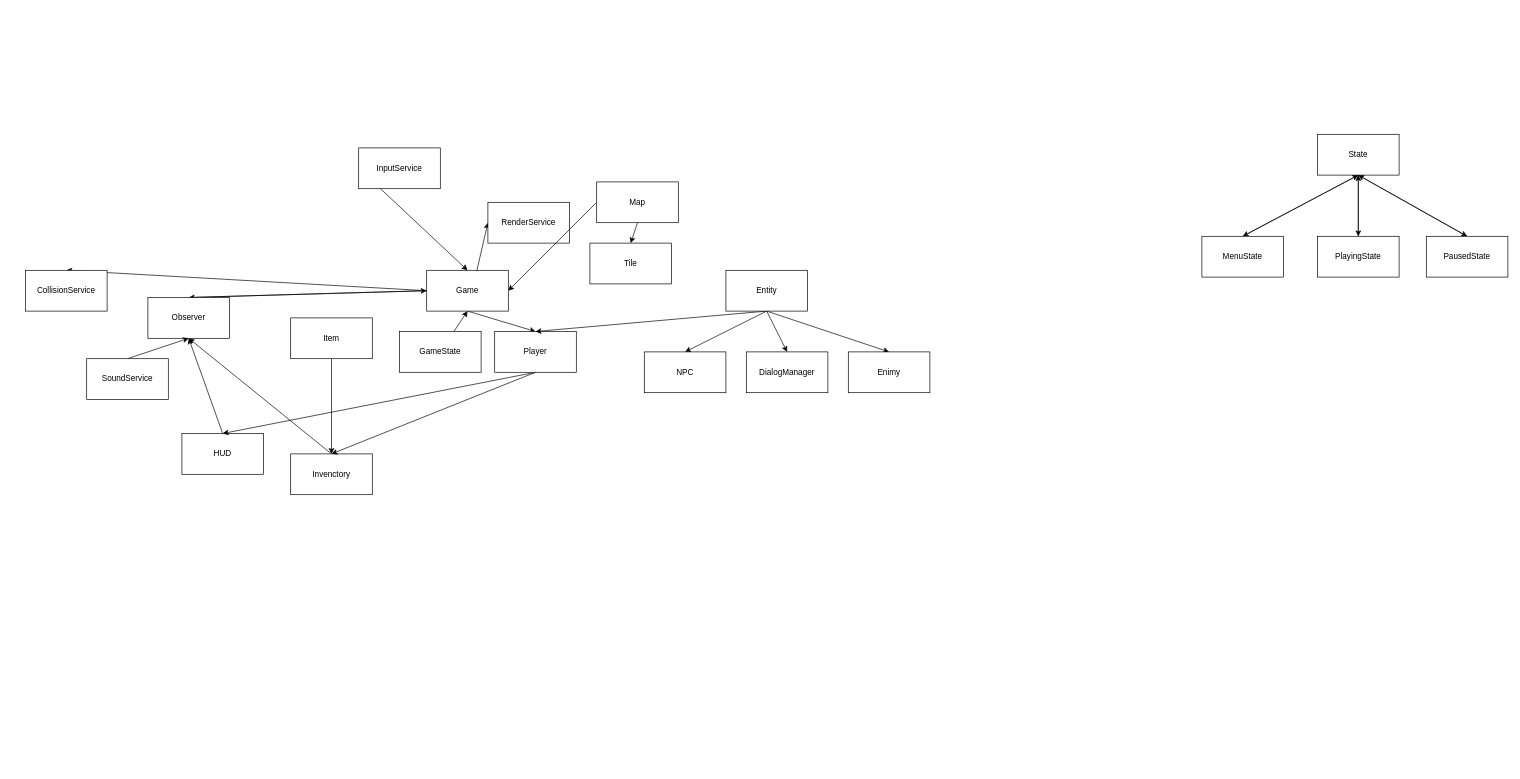
Before: page "ultimate_version" (3 of 3) of structure_before.drawio in riqueu/newsun, a draw.io diagram. Source tidied: cells renumbered, new cells numbered last; positions are measured from the earlier drawing's top-left corner, leaving out a move shared by most shapes. Both pictures are drawn from the tidied source at 68%, with x=0, y=0 at pixel (25, 134).
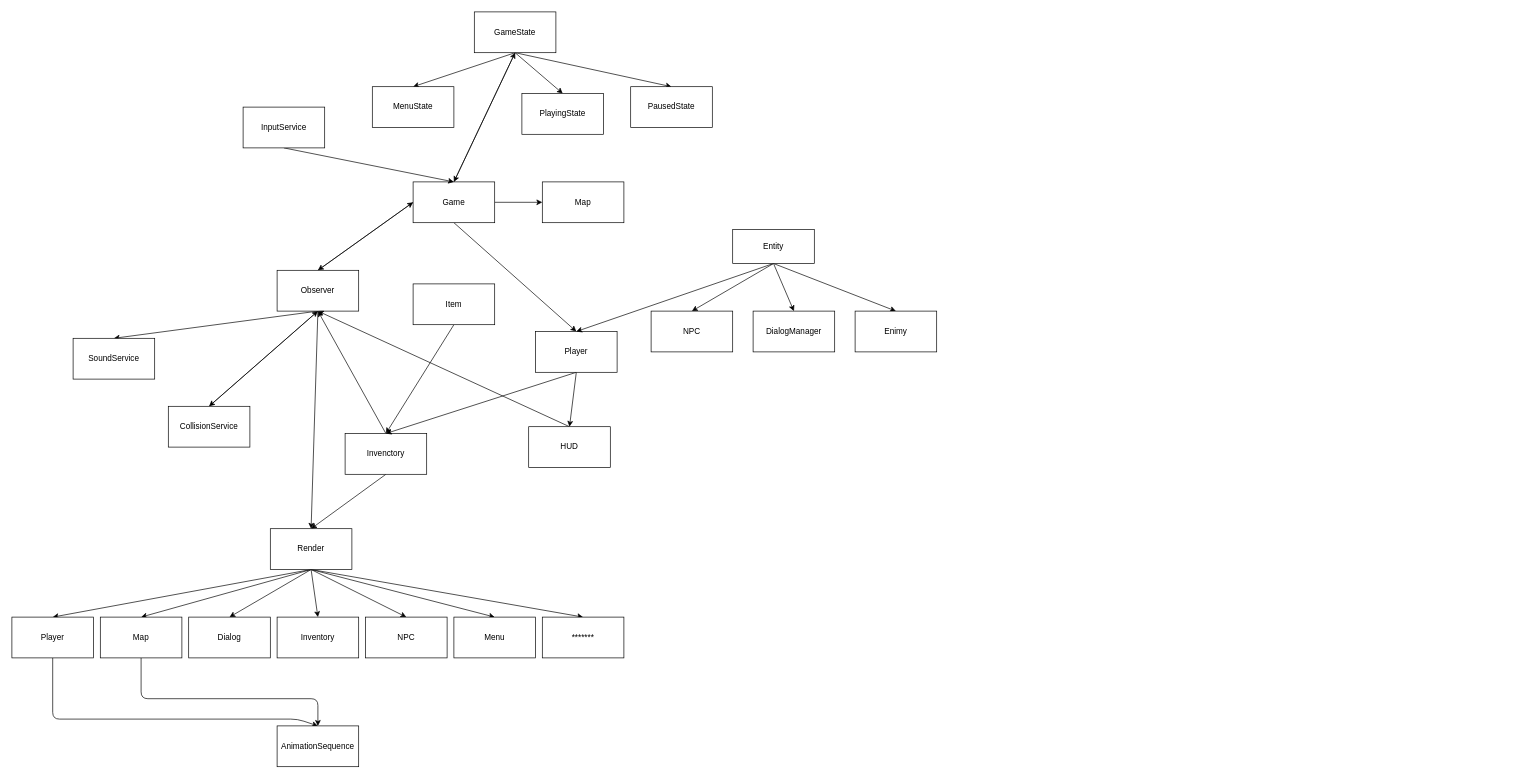
The same page after the edit.

The edit, as a diff of the source:
```diff
@@
-    <mxCell id="2" style="edgeStyle=none;html=1;entryX=0.5;entryY=0;entryDx=0;entryDy=0;exitX=0;exitY=0.5;exitDx=0;exitDy=0;" parent="1" edge="1" source="6" target="7">
+    <mxCell id="2" style="edgeStyle=none;html=1;entryX=0.5;entryY=0;entryDx=0;entryDy=0;exitX=0.5;exitY=1;exitDx=0;exitDy=0;" parent="1" edge="1" source="9" target="7">
       <mxGeometry relative="1" as="geometry" />
     </mxCell>
-    <mxCell id="3" style="edgeStyle=none;html=1;exitX=0.5;exitY=1;exitDx=0;exitDy=0;entryX=0;entryY=0.5;entryDx=0;entryDy=0;" parent="1" edge="1" source="6" target="22">
+    <mxCell id="3" style="edgeStyle=none;html=1;exitX=0.5;exitY=1;exitDx=0;exitDy=0;entryX=0.5;entryY=0;entryDx=0;entryDy=0;" parent="1" edge="1" source="9" target="63">
       <mxGeometry relative="1" as="geometry" />
     </mxCell>
@@
+    <mxCell id="48" style="edgeStyle=none;html=1;entryX=0;entryY=0.5;entryDx=0;entryDy=0;exitX=1;exitY=0.5;exitDx=0;exitDy=0;" parent="1" edge="1" source="6" target="28">
+      <mxGeometry relative="1" as="geometry" />
+    </mxCell>
+    <mxCell id="49" style="edgeStyle=none;html=1;entryX=0.5;entryY=1;entryDx=0;entryDy=0;exitX=0.5;exitY=0;exitDx=0;exitDy=0;" parent="1" edge="1" source="6" target="19">
+      <mxGeometry relative="1" as="geometry" />
+    </mxCell>
     <mxCell id="6" value="Game" style="whiteSpace=wrap;html=1;" parent="1" vertex="1">
-      <mxGeometry x="590" y="200" width="120" height="60" as="geometry" />
+      <mxGeometry x="570" y="70" width="120" height="60" as="geometry" />
     </mxCell>
+    <mxCell id="50" style="edgeStyle=none;html=1;entryX=0.5;entryY=1;entryDx=0;entryDy=0;exitX=0.5;exitY=0;exitDx=0;exitDy=0;" parent="1" edge="1" source="7" target="9">
+      <mxGeometry relative="1" as="geometry" />
+    </mxCell>
     <mxCell id="7" value="CollisionService" style="whiteSpace=wrap;html=1;" parent="1" vertex="1">
-      <mxGeometry y="200" width="120" height="60" as="geometry" />
+      <mxGeometry x="210" y="400" width="120" height="60" as="geometry" />
     </mxCell>
@@
+    <mxCell id="51" style="edgeStyle=none;html=1;entryX=0.5;entryY=0;entryDx=0;entryDy=0;exitX=0.5;exitY=1;exitDx=0;exitDy=0;" parent="1" edge="1" source="9" target="11">
+      <mxGeometry relative="1" as="geometry" />
+    </mxCell>
     <mxCell id="9" value="Observer" style="whiteSpace=wrap;html=1;" parent="1" vertex="1">
-      <mxGeometry x="180" y="240" width="120" height="60" as="geometry" />
+      <mxGeometry x="370" y="200" width="120" height="60" as="geometry" />
     </mxCell>
-    <mxCell id="10" style="edgeStyle=none;html=1;entryX=0.5;entryY=1;entryDx=0;entryDy=0;exitX=0.5;exitY=0;exitDx=0;exitDy=0;" parent="1" edge="1" source="11" target="9">
-      <mxGeometry relative="1" as="geometry" />
-    </mxCell>
     <mxCell id="11" value="SoundService" style="whiteSpace=wrap;html=1;" parent="1" vertex="1">
-      <mxGeometry x="90" y="330" width="120" height="60" as="geometry" />
+      <mxGeometry x="70" y="300" width="120" height="60" as="geometry" />
     </mxCell>
@@
     <mxCell id="13" value="HUD" style="whiteSpace=wrap;html=1;" parent="1" vertex="1">
-      <mxGeometry x="230" y="440" width="120" height="60" as="geometry" />
+      <mxGeometry x="740" y="430" width="120" height="60" as="geometry" />
     </mxCell>
@@
+    <mxCell id="52" style="edgeStyle=none;html=1;entryX=0.5;entryY=0;entryDx=0;entryDy=0;exitX=0.5;exitY=1;exitDx=0;exitDy=0;" parent="1" edge="1" source="15" target="63">
+      <mxGeometry relative="1" as="geometry" />
+    </mxCell>
     <mxCell id="15" value="Invenctory" style="whiteSpace=wrap;html=1;" parent="1" vertex="1">
-      <mxGeometry x="390" y="470" width="120" height="60" as="geometry" />
+      <mxGeometry x="470" y="440" width="120" height="60" as="geometry" />
     </mxCell>
@@
     <mxCell id="17" value="Item" style="whiteSpace=wrap;html=1;" parent="1" vertex="1">
-      <mxGeometry x="390" y="270" width="120" height="60" as="geometry" />
+      <mxGeometry x="570" y="220" width="120" height="60" as="geometry" />
     </mxCell>
-    <mxCell id="18" style="edgeStyle=none;html=1;entryX=0.5;entryY=1;entryDx=0;entryDy=0;" parent="1" edge="1" source="19" target="6">
+    <mxCell id="18" style="edgeStyle=none;html=1;entryX=0.5;entryY=0;entryDx=0;entryDy=0;exitX=0.5;exitY=1;exitDx=0;exitDy=0;" parent="1" edge="1" source="19" target="6">
       <mxGeometry relative="1" as="geometry" />
     </mxCell>
+    <mxCell id="53" style="edgeStyle=none;html=1;entryX=0.5;entryY=0;entryDx=0;entryDy=0;exitX=0.5;exitY=1;exitDx=0;exitDy=0;" parent="1" edge="1" source="19" target="43">
+      <mxGeometry relative="1" as="geometry" />
+    </mxCell>
+    <mxCell id="54" style="edgeStyle=none;html=1;entryX=0.5;entryY=0;entryDx=0;entryDy=0;exitX=0.5;exitY=1;exitDx=0;exitDy=0;" parent="1" edge="1" source="19" target="45">
+      <mxGeometry relative="1" as="geometry" />
+    </mxCell>
+    <mxCell id="55" style="edgeStyle=none;html=1;entryX=0.5;entryY=0;entryDx=0;entryDy=0;exitX=0.5;exitY=1;exitDx=0;exitDy=0;" parent="1" edge="1" source="19" target="47">
+      <mxGeometry relative="1" as="geometry" />
+    </mxCell>
     <mxCell id="19" value="GameState" style="whiteSpace=wrap;html=1;" parent="1" vertex="1">
-      <mxGeometry x="550" y="290" width="120" height="60" as="geometry" />
+      <mxGeometry x="660" y="-180" width="120" height="60" as="geometry" />
     </mxCell>
-    <mxCell id="20" style="edgeStyle=none;html=1;entryX=0.5;entryY=0;entryDx=0;entryDy=0;exitX=0;exitY=0.5;exitDx=0;exitDy=0;" parent="1" edge="1" source="21" target="6">
+    <mxCell id="20" style="edgeStyle=none;html=1;entryX=0.5;entryY=0;entryDx=0;entryDy=0;exitX=0.5;exitY=1;exitDx=0;exitDy=0;" parent="1" edge="1" source="21" target="6">
       <mxGeometry relative="1" as="geometry" />
     </mxCell>
     <mxCell id="21" value="InputService" style="whiteSpace=wrap;html=1;" parent="1" vertex="1">
-      <mxGeometry x="490" y="20" width="120" height="60" as="geometry" />
+      <mxGeometry x="320" y="-40" width="120" height="60" as="geometry" />
     </mxCell>
-    <mxCell id="22" value="RenderService" style="whiteSpace=wrap;html=1;" parent="1" vertex="1">
-      <mxGeometry x="680" y="100" width="120" height="60" as="geometry" />
-    </mxCell>
@@
     <mxCell id="25" value="Player" style="whiteSpace=wrap;html=1;" parent="1" vertex="1">
-      <mxGeometry x="690" y="290" width="120" height="60" as="geometry" />
+      <mxGeometry x="750" y="290" width="120" height="60" as="geometry" />
     </mxCell>
-    <mxCell id="26" style="edgeStyle=none;html=1;entryX=1;entryY=0.5;entryDx=0;entryDy=0;exitX=0;exitY=0.5;exitDx=0;exitDy=0;" parent="1" edge="1" source="28" target="6">
-      <mxGeometry relative="1" as="geometry" />
-    </mxCell>
-    <mxCell id="27" style="edgeStyle=none;html=1;entryX=0.5;entryY=0;entryDx=0;entryDy=0;" parent="1" edge="1" target="29">
-      <mxGeometry relative="1" as="geometry">
-        <mxPoint x="900" y="130" as="sourcePoint" />
-      </mxGeometry>
-    </mxCell>
     <mxCell id="28" value="Map" style="whiteSpace=wrap;html=1;" parent="1" vertex="1">
-      <mxGeometry x="840" y="70" width="120" height="60" as="geometry" />
+      <mxGeometry x="760" y="70" width="120" height="60" as="geometry" />
     </mxCell>
-    <mxCell id="29" value="Tile" style="whiteSpace=wrap;html=1;" parent="1" vertex="1">
-      <mxGeometry x="830" y="160" width="120" height="60" as="geometry" />
-    </mxCell>
@@
     <mxCell id="34" value="Entity" style="whiteSpace=wrap;html=1;" parent="1" vertex="1">
-      <mxGeometry x="1030" y="200" width="120" height="60" as="geometry" />
+      <mxGeometry x="1040" y="140" width="120" height="50" as="geometry" />
     </mxCell>
     <mxCell id="35" value="NPC" style="whiteSpace=wrap;html=1;" parent="1" vertex="1">
-      <mxGeometry x="910" y="320" width="120" height="60" as="geometry" />
+      <mxGeometry x="920" y="260" width="120" height="60" as="geometry" />
     </mxCell>
     <mxCell id="36" value="DialogManager" style="whiteSpace=wrap;html=1;" parent="1" vertex="1">
-      <mxGeometry x="1060" y="320" width="120" height="60" as="geometry" />
+      <mxGeometry x="1070" y="260" width="120" height="60" as="geometry" />
     </mxCell>
     <mxCell id="37" value="Enimy" style="whiteSpace=wrap;html=1;" parent="1" vertex="1">
-      <mxGeometry x="1210" y="320" width="120" height="60" as="geometry" />
+      <mxGeometry x="1220" y="260" width="120" height="60" as="geometry" />
     </mxCell>
-    <mxCell id="38" style="edgeStyle=none;html=1;entryX=0.5;entryY=0;entryDx=0;entryDy=0;" parent="1" edge="1" target="43">
-      <mxGeometry relative="1" as="geometry">
-        <mxPoint x="1960" y="60" as="sourcePoint" />
-      </mxGeometry>
-    </mxCell>
-    <mxCell id="39" style="edgeStyle=none;html=1;entryX=0.5;entryY=0;entryDx=0;entryDy=0;exitX=0.5;exitY=1;exitDx=0;exitDy=0;" parent="1" edge="1" source="41" target="45">
-      <mxGeometry relative="1" as="geometry" />
-    </mxCell>
-    <mxCell id="40" style="edgeStyle=none;html=1;entryX=0.5;entryY=0;entryDx=0;entryDy=0;exitX=0.5;exitY=1;exitDx=0;exitDy=0;" parent="1" edge="1" source="41" target="47">
-      <mxGeometry relative="1" as="geometry" />
-    </mxCell>
-    <mxCell id="41" value="State" style="whiteSpace=wrap;html=1;" parent="1" vertex="1">
-      <mxGeometry x="1900" width="120" height="60" as="geometry" />
-    </mxCell>
-    <mxCell id="42" style="edgeStyle=none;html=1;entryX=0.5;entryY=1;entryDx=0;entryDy=0;exitX=0.5;exitY=0;exitDx=0;exitDy=0;" parent="1" edge="1" source="43" target="41">
-      <mxGeometry relative="1" as="geometry" />
-    </mxCell>
+    <mxCell id="56" style="edgeStyle=none;html=1;entryX=0.5;entryY=0;entryDx=0;entryDy=0;exitX=0.5;exitY=1;exitDx=0;exitDy=0;" parent="1" edge="1" source="63" target="65">
+      <mxGeometry relative="1" as="geometry" />
+    </mxCell>
+    <mxCell id="57" style="edgeStyle=none;html=1;entryX=0.5;entryY=0;entryDx=0;entryDy=0;exitX=0.5;exitY=1;exitDx=0;exitDy=0;" parent="1" edge="1" source="63" target="68">
+      <mxGeometry relative="1" as="geometry" />
+    </mxCell>
+    <mxCell id="58" style="edgeStyle=none;html=1;entryX=0.5;entryY=0;entryDx=0;entryDy=0;exitX=0.5;exitY=1;exitDx=0;exitDy=0;" parent="1" edge="1" source="63" target="66">
+      <mxGeometry relative="1" as="geometry" />
+    </mxCell>
+    <mxCell id="59" style="edgeStyle=none;html=1;entryX=0.5;entryY=0;entryDx=0;entryDy=0;exitX=0.5;exitY=1;exitDx=0;exitDy=0;" parent="1" edge="1" source="63" target="69">
+      <mxGeometry relative="1" as="geometry" />
+    </mxCell>
+    <mxCell id="60" style="edgeStyle=none;html=1;entryX=0.5;entryY=0;entryDx=0;entryDy=0;exitX=0.5;exitY=1;exitDx=0;exitDy=0;" parent="1" edge="1" source="63" target="71">
+      <mxGeometry relative="1" as="geometry" />
+    </mxCell>
+    <mxCell id="61" style="edgeStyle=none;html=1;entryX=0.5;entryY=0;entryDx=0;entryDy=0;exitX=0.5;exitY=1;exitDx=0;exitDy=0;" parent="1" edge="1" source="63" target="70">
+      <mxGeometry relative="1" as="geometry" />
+    </mxCell>
+    <mxCell id="62" style="edgeStyle=none;html=1;entryX=0.5;entryY=0;entryDx=0;entryDy=0;exitX=0.5;exitY=1;exitDx=0;exitDy=0;" parent="1" edge="1" source="63" target="72">
+      <mxGeometry relative="1" as="geometry" />
+    </mxCell>
+    <mxCell id="63" value="Render" style="whiteSpace=wrap;html=1;" parent="1" vertex="1">
+      <mxGeometry x="360" y="580" width="120" height="60" as="geometry" />
+    </mxCell>
+    <mxCell id="64" style="edgeStyle=none;html=1;entryX=0.5;entryY=0;entryDx=0;entryDy=0;" parent="1" edge="1" source="65" target="73">
+      <mxGeometry relative="1" as="geometry">
+        <Array as="points">
+          <mxPoint x="40" y="860" />
+          <mxPoint x="400" y="860" />
+        </Array>
+      </mxGeometry>
+    </mxCell>
+    <mxCell id="65" value="Player" style="whiteSpace=wrap;html=1;" parent="1" vertex="1">
+      <mxGeometry x="-20" y="710" width="120" height="60" as="geometry" />
+    </mxCell>
+    <mxCell id="66" value="Dialog" style="whiteSpace=wrap;html=1;" parent="1" vertex="1">
+      <mxGeometry x="240" y="710" width="120" height="60" as="geometry" />
+    </mxCell>
+    <mxCell id="67" style="edgeStyle=none;html=1;entryX=0.5;entryY=0;entryDx=0;entryDy=0;exitX=0.5;exitY=1;exitDx=0;exitDy=0;" parent="1" edge="1" source="68" target="73">
+      <mxGeometry relative="1" as="geometry">
+        <Array as="points">
+          <mxPoint x="170" y="830" />
+          <mxPoint x="430" y="830" />
+        </Array>
+      </mxGeometry>
+    </mxCell>
+    <mxCell id="68" value="Map" style="whiteSpace=wrap;html=1;" parent="1" vertex="1">
+      <mxGeometry x="110" y="710" width="120" height="60" as="geometry" />
+    </mxCell>
+    <mxCell id="69" value="Inventory" style="whiteSpace=wrap;html=1;" parent="1" vertex="1">
+      <mxGeometry x="370" y="710" width="120" height="60" as="geometry" />
+    </mxCell>
+    <mxCell id="70" value="Menu" style="whiteSpace=wrap;html=1;" parent="1" vertex="1">
+      <mxGeometry x="630" y="710" width="120" height="60" as="geometry" />
+    </mxCell>
+    <mxCell id="71" value="NPC" style="whiteSpace=wrap;html=1;" parent="1" vertex="1">
+      <mxGeometry x="500" y="710" width="120" height="60" as="geometry" />
+    </mxCell>
+    <mxCell id="72" value="*******" style="whiteSpace=wrap;html=1;" parent="1" vertex="1">
+      <mxGeometry x="760" y="710" width="120" height="60" as="geometry" />
+    </mxCell>
+    <mxCell id="73" value="AnimationSequence" style="whiteSpace=wrap;html=1;" parent="1" vertex="1">
+      <mxGeometry x="370" y="870" width="120" height="60" as="geometry" />
+    </mxCell>
     <mxCell id="43" value="MenuState" style="whiteSpace=wrap;html=1;" parent="1" vertex="1">
-      <mxGeometry x="1730" y="150" width="120" height="60" as="geometry" />
+      <mxGeometry x="510" y="-70" width="120" height="60" as="geometry" />
     </mxCell>
-    <mxCell id="44" style="edgeStyle=none;html=1;entryX=0.5;entryY=1;entryDx=0;entryDy=0;exitX=0.5;exitY=0;exitDx=0;exitDy=0;" parent="1" edge="1" source="45" target="41">
-      <mxGeometry relative="1" as="geometry" />
-    </mxCell>
     <mxCell id="45" value="PlayingState" style="whiteSpace=wrap;html=1;" parent="1" vertex="1">
-      <mxGeometry x="1900" y="150" width="120" height="60" as="geometry" />
+      <mxGeometry x="730" y="-60" width="120" height="60" as="geometry" />
     </mxCell>
-    <mxCell id="46" style="edgeStyle=none;html=1;entryX=0.5;entryY=1;entryDx=0;entryDy=0;exitX=0.5;exitY=0;exitDx=0;exitDy=0;" parent="1" edge="1" source="47" target="41">
-      <mxGeometry relative="1" as="geometry" />
-    </mxCell>
     <mxCell id="47" value="PausedState" style="whiteSpace=wrap;html=1;" parent="1" vertex="1">
-      <mxGeometry x="2060" y="150" width="120" height="60" as="geometry" />
+      <mxGeometry x="890" y="-70" width="120" height="60" as="geometry" />
     </mxCell>
```
